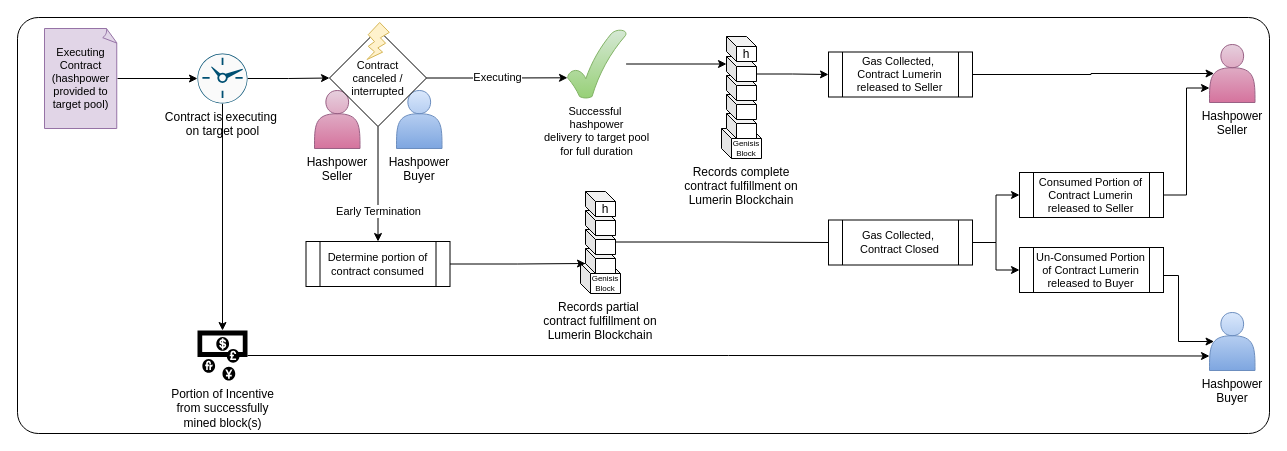
Earlier version of the draw.io diagram page "ContractState" (9 of 9) of docs/images/00-overview/00-overview.drawio (Lumerin-protocol/lumerin-overview). Source tidied: cells renumbered, new cells numbered last; positions are measured from the earlier drawing's top-left corner, leaving out a move shared by most shapes. Both pictures are drawn from the tidied source at 100%, with x=0, y=0 at pixel (17, 17).
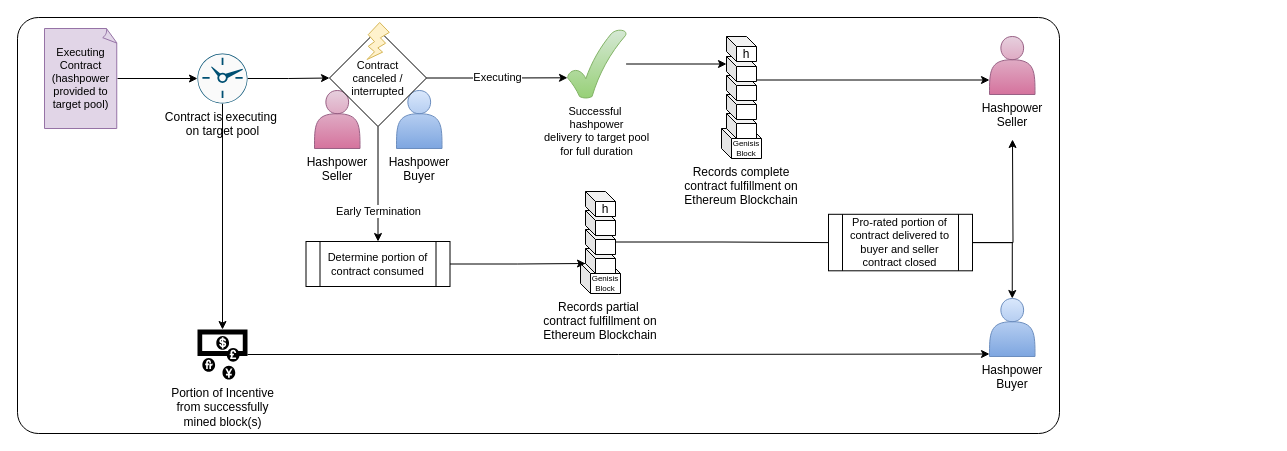
The same page after the edit.

Unchanged cells that the change refers to:
```xml
<mxCell id="25" style="shape=cube;whiteSpace=wrap;html=1;boundedLbl=1;backgroundOutline=1;darkOpacity=0.05;darkOpacity2=0.1;size=10;rotation=0;horizontal=1;" parent="20" vertex="1">
  <mxGeometry x="5" y="20" width="30" height="25" as="geometry" />
</mxCell>
```

What changed in the source:
```diff
@@
     <mxCell id="2" style="rounded=1;whiteSpace=wrap;html=1;fontSize=14;align=center;verticalAlign=top;labelPosition=center;verticalLabelPosition=middle;arcSize=5;spacingRight=7;spacingLeft=15;" parent="1" vertex="1">
-      <mxGeometry width="1252" height="416" as="geometry" />
+      <mxGeometry width="1042" height="416" as="geometry" />
     </mxCell>
-    <mxCell id="3" style="edgeStyle=orthogonalEdgeStyle;rounded=0;jettySize=auto;html=1;entryX=0;entryY=0.75;entryDx=0;entryDy=0;fontSize=11;startArrow=none;startFill=0;" parent="1" edge="1" source="4" target="35">
+    <mxCell id="3" style="edgeStyle=orthogonalEdgeStyle;rounded=0;jettySize=auto;html=1;entryX=0;entryY=0.957;entryDx=0;entryDy=0;entryPerimeter=0;" parent="1" edge="1" source="4" target="35">
       <mxGeometry relative="1" as="geometry" />
     </mxCell>
     <mxCell id="4" value="Portion of Incentive&lt;br&gt;from successfully &lt;br&gt;mined block(s)" style="shape=mxgraph.signs.travel.currency_exchange;html=1;fillColor=#000000;strokeColor=none;verticalLabelPosition=bottom;verticalAlign=top;align=center;sketch=0;" parent="1" vertex="1">
-      <mxGeometry x="180" y="313" width="50" height="50" as="geometry" />
+      <mxGeometry x="180" y="312" width="50" height="50" as="geometry" />
     </mxCell>
-    <mxCell id="5" style="edgeStyle=orthogonalEdgeStyle;rounded=0;jettySize=auto;html=1;entryX=0.1;entryY=0.5;entryDx=0;entryDy=0;fontSize=11;startArrow=none;startFill=0;entryPerimeter=0;" parent="1" edge="1" source="6" target="33">
-      <mxGeometry relative="1" as="geometry" />
-    </mxCell>
-    <mxCell id="6" value="Gas Collected,&amp;nbsp;&lt;br&gt;Contract Lumerin released to Seller" style="shape=process;whiteSpace=wrap;html=1;backgroundOutline=1;labelBackgroundColor=none;sketch=0;fontSize=11;fillColor=none;verticalAlign=middle;" parent="1" vertex="1">
-      <mxGeometry x="811" y="34.5" width="144" height="45" as="geometry" />
-    </mxCell>
@@
-    <mxCell id="20" value="Records complete&#10;contract fulfillment on&#10;Lumerin Blockchain" style="group;labelPosition=center;verticalLabelPosition=bottom;align=center;verticalAlign=top;" parent="1" vertex="1">
+    <mxCell id="20" value="Records complete&#10;contract fulfillment on&#10;Ethereum Blockchain" style="group;labelPosition=center;verticalLabelPosition=bottom;align=center;verticalAlign=top;" parent="1" vertex="1">
       <mxGeometry x="704" y="19" width="40" height="122" as="geometry" />
     </mxCell>
@@
-    <mxCell id="27" value="Records partial &#10;contract fulfillment on&#10;Lumerin Blockchain" style="group;labelPosition=center;verticalLabelPosition=bottom;align=center;verticalAlign=top;" parent="1" vertex="1">
+    <mxCell id="27" value="Records partial &#10;contract fulfillment on&#10;Ethereum Blockchain" style="group;labelPosition=center;verticalLabelPosition=bottom;align=center;verticalAlign=top;" parent="1" vertex="1">
       <mxGeometry x="563" y="174" width="40" height="102" as="geometry" />
     </mxCell>
@@
     <mxCell id="33" value="Hashpower Seller" style="shape=actor;whiteSpace=wrap;html=1;verticalAlign=top;labelPosition=center;verticalLabelPosition=bottom;align=center;fillColor=#e6d0de;gradientColor=#d5739d;strokeColor=#996185;" parent="1" vertex="1">
-      <mxGeometry x="1192" y="27" width="45.5" height="58" as="geometry" />
+      <mxGeometry x="972" y="19" width="45.5" height="58" as="geometry" />
     </mxCell>
-    <mxCell id="34" style="edgeStyle=orthogonalEdgeStyle;rounded=0;jettySize=auto;html=1;entryX=0;entryY=0.5;entryDx=0;entryDy=0;fontSize=11;startArrow=none;startFill=0;exitX=0;exitY=0;exitDx=30;exitDy=17.5;exitPerimeter=0;" parent="1" edge="1" source="25" target="6">
-      <mxGeometry relative="1" as="geometry" />
+    <mxCell id="34" style="edgeStyle=orthogonalEdgeStyle;rounded=0;jettySize=auto;html=1;entryX=0;entryY=0.75;entryDx=0;entryDy=0;fontSize=11;startArrow=none;startFill=0;exitX=0;exitY=0;exitDx=30;exitDy=17.5;exitPerimeter=0;" parent="1" edge="1" source="25" target="33">
+      <mxGeometry relative="1" as="geometry">
+        <Array as="points">
+          <mxPoint x="739" y="63" />
+        </Array>
+      </mxGeometry>
     </mxCell>
     <mxCell id="35" value="Hashpower&lt;br&gt;Buyer" style="shape=actor;whiteSpace=wrap;html=1;verticalAlign=top;labelPosition=center;verticalLabelPosition=bottom;align=center;fillColor=#dae8fc;strokeColor=#6c8ebf;gradientColor=#7ea6e0;" parent="1" vertex="1">
-      <mxGeometry x="1192" y="295" width="45.5" height="58" as="geometry" />
+      <mxGeometry x="972" y="281" width="45.5" height="58" as="geometry" />
     </mxCell>
@@
-    <mxCell id="39" style="edgeStyle=orthogonalEdgeStyle;rounded=0;jettySize=auto;html=1;entryX=0;entryY=0.75;entryDx=0;entryDy=0;fontSize=11;startArrow=none;startFill=0;" parent="1" edge="1" source="40" target="33">
-      <mxGeometry relative="1" as="geometry" />
-    </mxCell>
-    <mxCell id="40" value="Consumed Portion of Contract Lumerin released to Seller" style="shape=process;whiteSpace=wrap;html=1;backgroundOutline=1;labelBackgroundColor=none;sketch=0;fontSize=11;fillColor=none;verticalAlign=middle;" parent="1" vertex="1">
-      <mxGeometry x="1002" y="155" width="144" height="45" as="geometry" />
-    </mxCell>
-    <mxCell id="41" style="edgeStyle=orthogonalEdgeStyle;rounded=0;jettySize=auto;html=1;entryX=0.1;entryY=0.5;entryDx=0;entryDy=0;entryPerimeter=0;fontSize=11;startArrow=none;startFill=0;exitX=1;exitY=0.5;exitDx=0;exitDy=0;" parent="1" edge="1" source="42" target="35">
-      <mxGeometry relative="1" as="geometry">
-        <Array as="points">
-          <mxPoint x="1161" y="258" />
-          <mxPoint x="1161" y="324" />
-        </Array>
-      </mxGeometry>
-    </mxCell>
-    <mxCell id="42" value="Un-Consumed Portion of Contract Lumerin released to Buyer" style="shape=process;whiteSpace=wrap;html=1;backgroundOutline=1;labelBackgroundColor=none;sketch=0;fontSize=11;fillColor=none;verticalAlign=middle;" parent="1" vertex="1">
-      <mxGeometry x="1002" y="230" width="144" height="45" as="geometry" />
-    </mxCell>
-    <mxCell id="43" style="edgeStyle=orthogonalEdgeStyle;rounded=0;jettySize=auto;html=1;entryX=0;entryY=0.5;entryDx=0;entryDy=0;fontSize=11;startArrow=none;startFill=0;exitX=1;exitY=0.5;exitDx=0;exitDy=0;" parent="1" edge="1" source="45" target="40">
-      <mxGeometry relative="1" as="geometry" />
+    <mxCell id="43" style="edgeStyle=orthogonalEdgeStyle;rounded=0;jettySize=auto;html=1;fontSize=11;startArrow=none;startFill=0;exitX=1;exitY=0.5;exitDx=0;exitDy=0;" parent="1" edge="1" source="45">
+      <mxGeometry relative="1" as="geometry">
+        <mxPoint x="995" y="122" as="targetPoint" />
+      </mxGeometry>
     </mxCell>
-    <mxCell id="44" style="edgeStyle=orthogonalEdgeStyle;rounded=0;jettySize=auto;html=1;fontSize=11;startArrow=none;startFill=0;" parent="1" edge="1" source="45" target="42">
-      <mxGeometry relative="1" as="geometry" />
+    <mxCell id="44" style="edgeStyle=orthogonalEdgeStyle;rounded=0;jettySize=auto;html=1;fontSize=11;startArrow=none;startFill=0;entryX=0.5;entryY=0;entryDx=0;entryDy=0;" parent="1" edge="1" source="45" target="35">
+      <mxGeometry relative="1" as="geometry">
+        <Array as="points">
+          <mxPoint x="995" y="225" />
+        </Array>
+      </mxGeometry>
     </mxCell>
-    <mxCell id="45" value="Gas Collected,&amp;nbsp;&lt;br&gt;Contract Closed" style="shape=process;whiteSpace=wrap;html=1;backgroundOutline=1;labelBackgroundColor=none;sketch=0;fontSize=11;fillColor=none;verticalAlign=middle;" parent="1" vertex="1">
-      <mxGeometry x="811" y="202.5" width="144" height="45" as="geometry" />
+    <mxCell id="45" value="Pro-rated portion of contract delivered to buyer and seller contract closed" style="shape=process;whiteSpace=wrap;html=1;backgroundOutline=1;labelBackgroundColor=none;sketch=0;fontSize=11;fillColor=none;verticalAlign=middle;" parent="1" vertex="1">
+      <mxGeometry x="811" y="196.8" width="144" height="56.5" as="geometry" />
     </mxCell>
```
